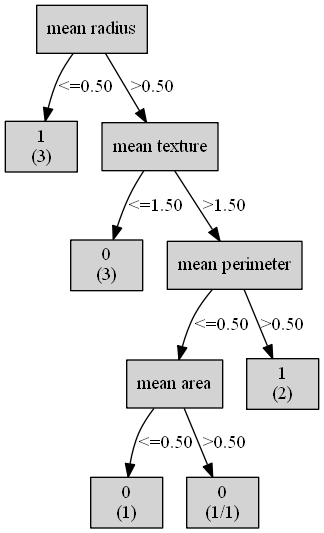
karlsenab7/tucil-1-machine-learning keeps this Graphviz diagram as id3_breast_cancer.png. Above is the earlier version. Its source is kept beside it as id3_breast_cancer.dot.
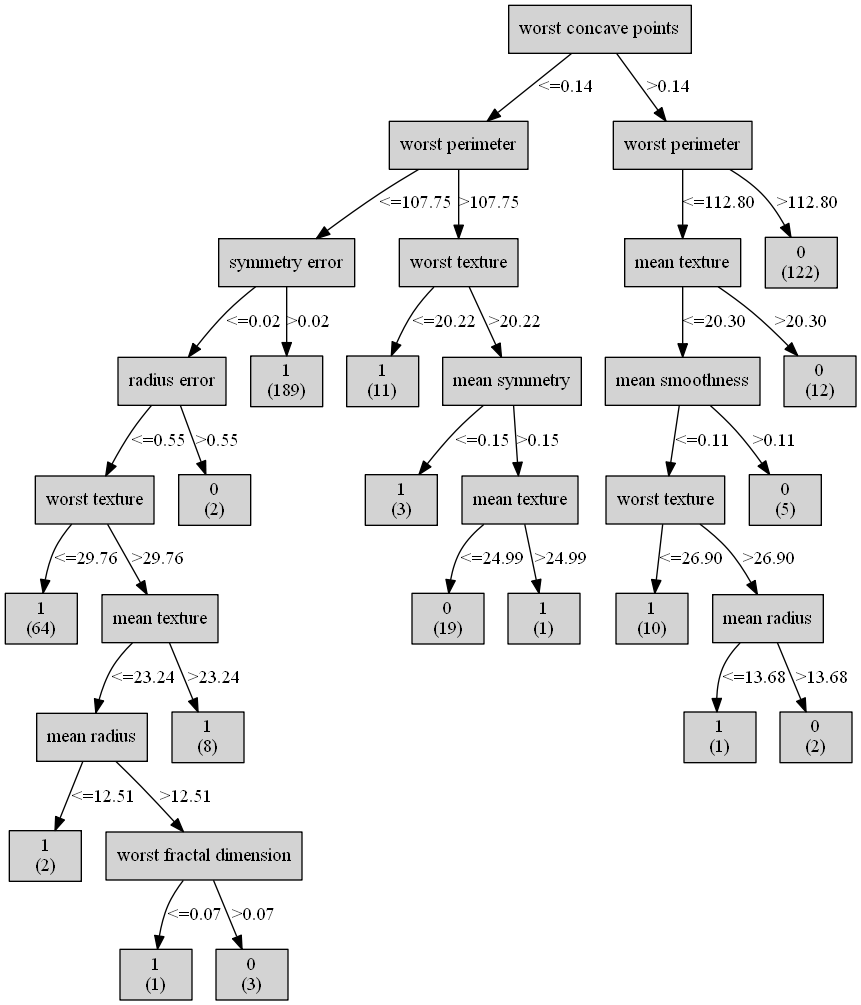
After the change.

Change to the diagram source:
```diff
@@ -1,38 +1,126 @@
 digraph ID3_Tree {
-"0" [shape=box, style=filled, label="mean radius
+"0" [shape=box, style=filled, label="worst concave points
 ", weight=1]
-"1" [shape=box, style=filled, label="1
-(3)
+"1" [shape=box, style=filled, label="worst perimeter
 ", weight=2]
-0 -> 1 [ label = "<=0.50"];
-"2" [shape=box, style=filled, label="mean texture
-", weight=2]
-0 -> 2 [ label = ">0.50"];
-"3" [shape=box, style=filled, label="0
-(3)
+0 -> 1 [ label = "<=0.14"];
+"2" [shape=box, style=filled, label="symmetry error
 ", weight=3]
-2 -> 3 [ label = "<=1.50"];
-"4" [shape=box, style=filled, label="mean perimeter
-", weight=3]
-2 -> 4 [ label = ">1.50"];
-"5" [shape=box, style=filled, label="mean area
+1 -> 2 [ label = "<=107.75"];
+"3" [shape=box, style=filled, label="radius error
 ", weight=4]
-4 -> 5 [ label = "<=0.50"];
-"6" [shape=box, style=filled, label="0
-(1)
+2 -> 3 [ label = "<=0.02"];
+"4" [shape=box, style=filled, label="worst texture
 ", weight=5]
-5 -> 6 [ label = "<=0.50"];
-"7" [shape=box, style=filled, label="0
-(1/1)
-", weight=5]
-5 -> 7 [ label = ">0.50"];
+3 -> 4 [ label = "<=0.55"];
+"5" [shape=box, style=filled, label="1
+(64)
+", weight=6]
+4 -> 5 [ label = "<=29.76"];
+"6" [shape=box, style=filled, label="mean texture
+", weight=6]
+4 -> 6 [ label = ">29.76"];
+"7" [shape=box, style=filled, label="mean radius
+", weight=7]
+6 -> 7 [ label = "<=23.24"];
 "8" [shape=box, style=filled, label="1
 (2)
+", weight=8]
+7 -> 8 [ label = "<=12.51"];
+"9" [shape=box, style=filled, label="worst fractal dimension
+", weight=8]
+7 -> 9 [ label = ">12.51"];
+"10" [shape=box, style=filled, label="1
+(1)
+", weight=9]
+9 -> 10 [ label = "<=0.07"];
+"11" [shape=box, style=filled, label="0
+(3)
+", weight=9]
+9 -> 11 [ label = ">0.07"];
+"12" [shape=box, style=filled, label="1
+(8)
+", weight=7]
+6 -> 12 [ label = ">23.24"];
+"13" [shape=box, style=filled, label="0
+(2)
+", weight=5]
+3 -> 13 [ label = ">0.55"];
+"14" [shape=box, style=filled, label="1
+(189)
 ", weight=4]
-4 -> 8 [ label = ">0.50"];
+2 -> 14 [ label = ">0.02"];
+"15" [shape=box, style=filled, label="worst texture
+", weight=3]
+1 -> 15 [ label = ">107.75"];
+"16" [shape=box, style=filled, label="1
+(11)
+", weight=4]
+15 -> 16 [ label = "<=20.22"];
+"17" [shape=box, style=filled, label="mean symmetry
+", weight=4]
+15 -> 17 [ label = ">20.22"];
+"18" [shape=box, style=filled, label="1
+(3)
+", weight=5]
+17 -> 18 [ label = "<=0.15"];
+"19" [shape=box, style=filled, label="mean texture
+", weight=5]
+17 -> 19 [ label = ">0.15"];
+"20" [shape=box, style=filled, label="0
+(19)
+", weight=6]
+19 -> 20 [ label = "<=24.99"];
+"21" [shape=box, style=filled, label="1
+(1)
+", weight=6]
+19 -> 21 [ label = ">24.99"];
+"22" [shape=box, style=filled, label="worst perimeter
+", weight=2]
+0 -> 22 [ label = ">0.14"];
+"23" [shape=box, style=filled, label="mean texture
+", weight=3]
+22 -> 23 [ label = "<=112.80"];
+"24" [shape=box, style=filled, label="mean smoothness
+", weight=4]
+23 -> 24 [ label = "<=20.30"];
+"25" [shape=box, style=filled, label="worst texture
+", weight=5]
+24 -> 25 [ label = "<=0.11"];
+"26" [shape=box, style=filled, label="1
+(10)
+", weight=6]
+25 -> 26 [ label = "<=26.90"];
+"27" [shape=box, style=filled, label="mean radius
+", weight=6]
+25 -> 27 [ label = ">26.90"];
+"28" [shape=box, style=filled, label="1
+(1)
+", weight=7]
+27 -> 28 [ label = "<=13.68"];
+"29" [shape=box, style=filled, label="0
+(2)
+", weight=7]
+27 -> 29 [ label = ">13.68"];
+"30" [shape=box, style=filled, label="0
+(5)
+", weight=5]
+24 -> 30 [ label = ">0.11"];
+"31" [shape=box, style=filled, label="0
+(12)
+", weight=4]
+23 -> 31 [ label = ">20.30"];
+"32" [shape=box, style=filled, label="0
+(122)
+", weight=3]
+22 -> 32 [ label = ">112.80"];
 {rank=same; 0;};
-{rank=same; 1;2;};
-{rank=same; 3;4;};
-{rank=same; 5;8;};
-{rank=same; 6;7;};
+{rank=same; 1;22;};
+{rank=same; 2;15;23;32;};
+{rank=same; 3;14;16;17;24;31;};
+{rank=same; 4;13;18;19;25;30;};
+{rank=same; 5;6;20;21;26;27;};
+{rank=same; 7;12;28;29;};
+{rank=same; 8;9;};
+{rank=same; 10;11;};
 }
```
